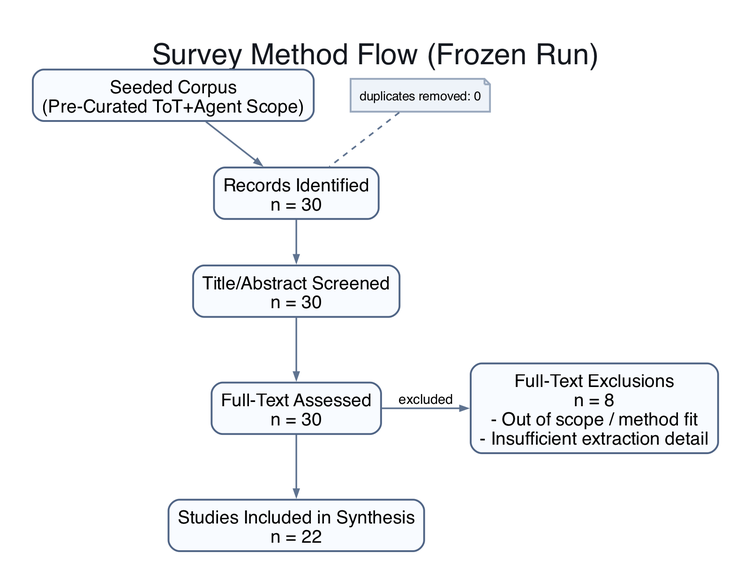
Before: assets/diagram_survey_method.png, a diagram exported from Graphviz (quiznat/tot-hf-survey-artifacts). Its source is kept beside it as assets/diagram_survey_method.dot.
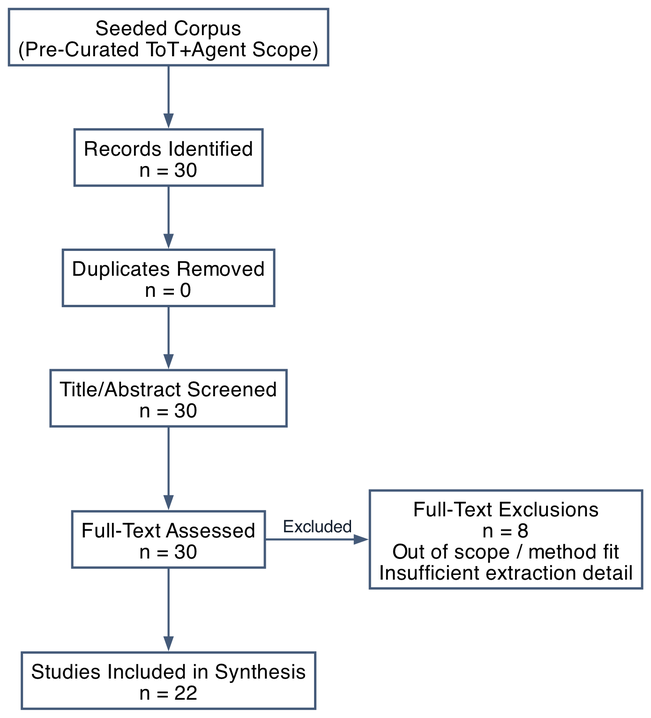
After the change.

Diff of the diagram source:
```diff
@@ -1,19 +1,18 @@
 digraph G {
-  graph [bgcolor="#ffffff", pad="0.35", nodesep="0.55", ranksep="0.70", splines="polyline", fontname="Helvetica", fontcolor="#14181f", labelloc="t", margin="0.15", rankdir="TB", label="Survey Method Flow (Frozen Run)", fontsize="32"];
-  node [shape="box", style="rounded,filled", fillcolor="#f8fbff", color="#4f6485", penwidth="2.0", fontname="Helvetica", fontsize="20", margin="0.14,0.10"];
-  edge [color="#5f7390", penwidth="1.8", arrowsize="0.8", fontname="Helvetica", fontsize="15", labeldistance="1.4"];
+  graph [bgcolor="#ffffff", pad="0.06", nodesep="0.34", ranksep="0.50", splines="polyline", fontname="Helvetica", fontcolor="#162130", margin="0.02", rankdir="TB", ranksep="0.56"];
+  node [shape="box", style="filled", fillcolor="#ffffff", color="#445a79", penwidth="1.5", fontname="Helvetica", fontsize="13", margin="0.08,0.06"];
+  edge [color="#445a79", penwidth="1.3", arrowsize="0.70", fontname="Helvetica", fontsize="11", fontcolor="#162130"];
 
   seed [label="Seeded Corpus\n(Pre-Curated ToT+Agent Scope)"];
   records [label="Records Identified\nn = 30"];
+  dupes [label="Duplicates Removed\nn = 0"];
   screened [label="Title/Abstract Screened\nn = 30"];
   fulltext [label="Full-Text Assessed\nn = 30"];
   included [label="Studies Included in Synthesis\nn = 22"];
-  excl [label="Full-Text Exclusions\nn = 8\n- Out of scope / method fit\n- Insufficient extraction detail"];
-  dup [shape="note", style="filled", fillcolor="#eef3f9", color="#9aa9be", fontsize="14", label="duplicates removed: 0"];
+  excluded [label="Full-Text Exclusions\nn = 8\nOut of scope / method fit\nInsufficient extraction detail"];
 
-  seed -> records -> screened -> fulltext -> included;
-  fulltext -> excl [label="excluded"];
-  dup -> records [style="dashed", arrowhead="none"];
+  seed -> records -> dupes -> screened -> fulltext -> included;
+  fulltext -> excluded [label="Excluded", constraint=false];
 
-  { rank=same; fulltext; excl }
+  { rank=same; fulltext; excluded }
 }
```
